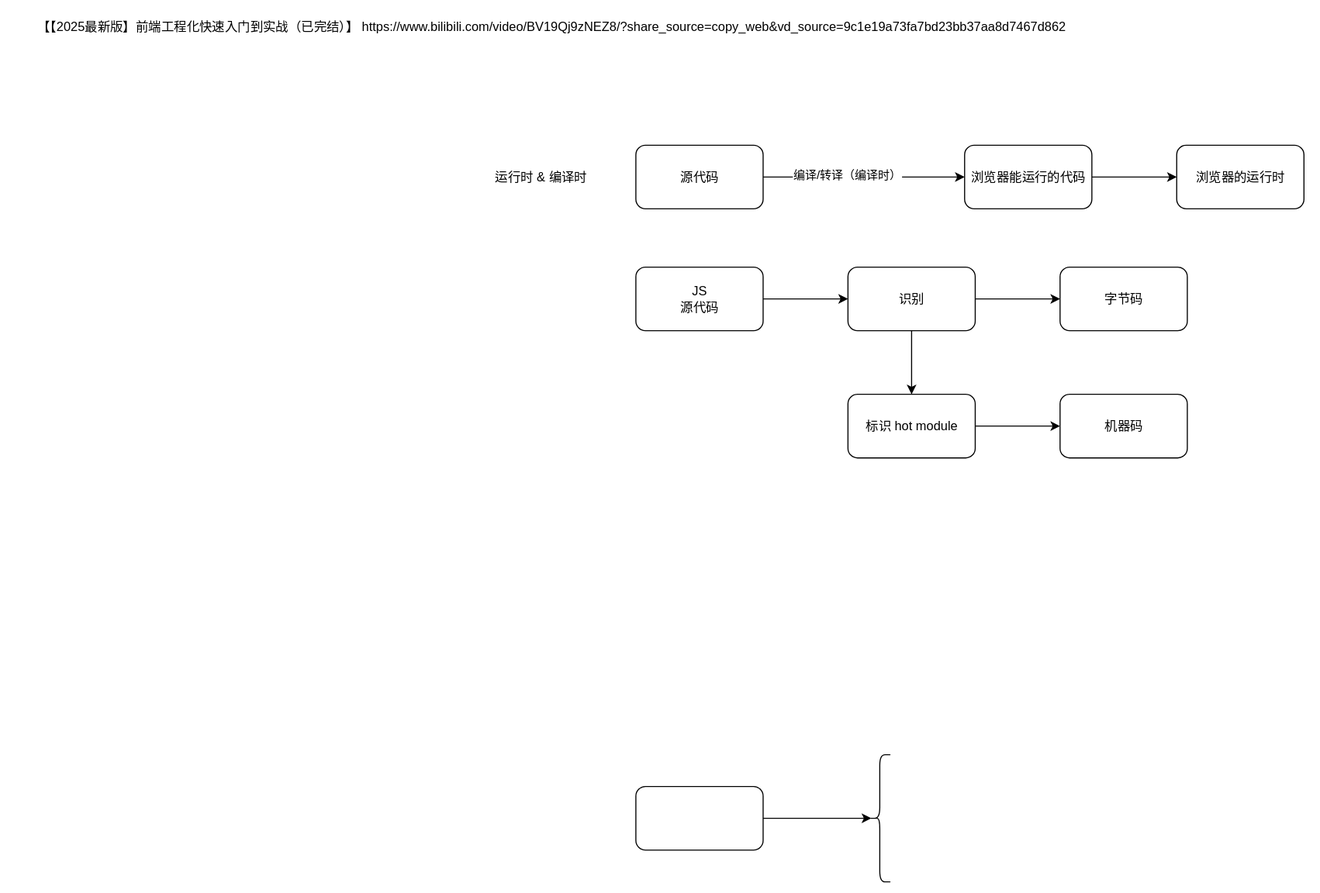
Earlier version of the draw.io export _posts/engineering/工程化概述.svg (thought7878/thought7878.github.io). Source tidied: cells renumbered, new cells last; positions are measured from the earlier drawing's top-left corner, leaving out a move shared by most shapes.
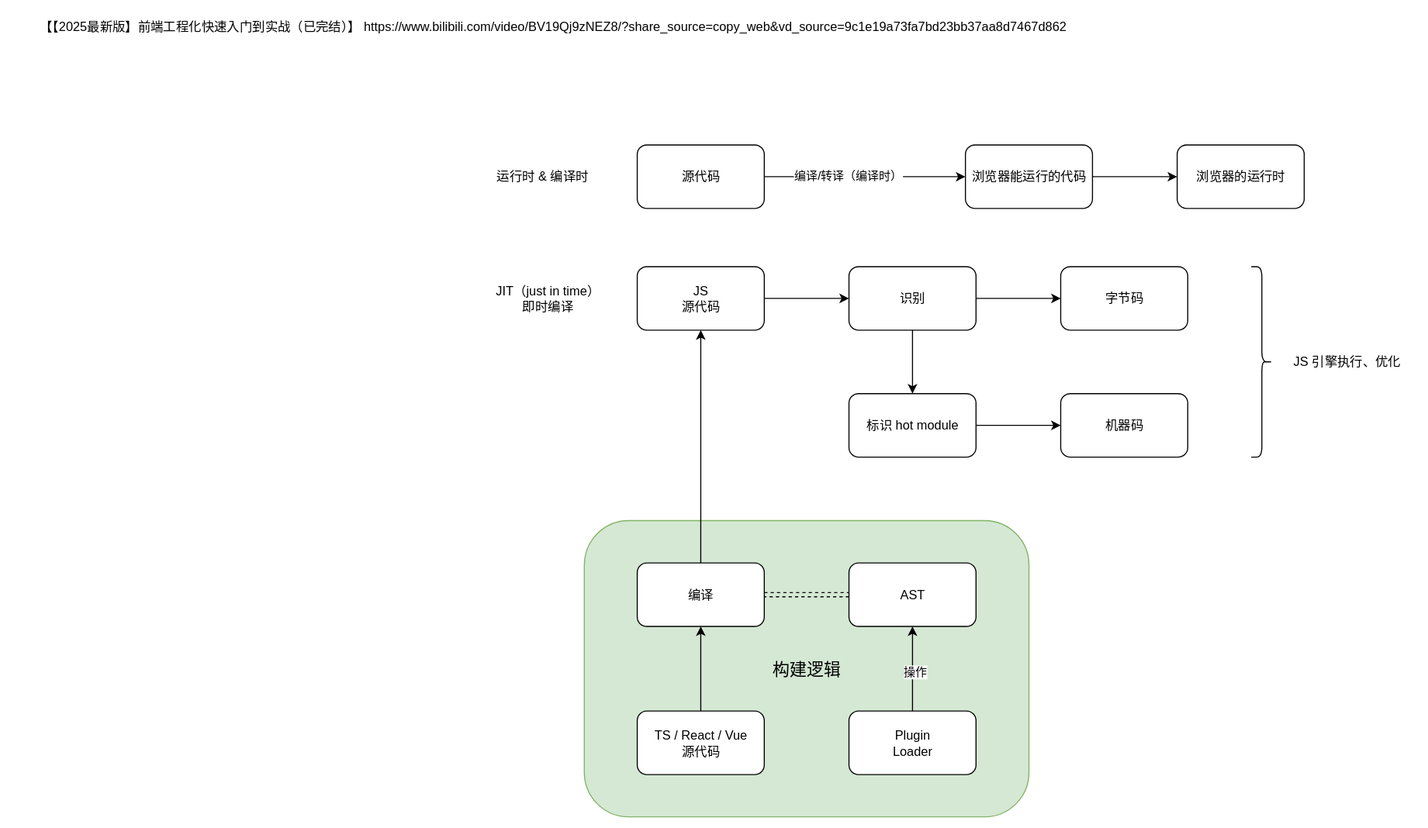
After the commit.

Diff of the diagram source:
```diff
@@ -2,15 +2,15 @@
   <root>
     <mxCell id="0" />
     <mxCell id="1" parent="0" />
+    <mxCell id="22" value="&lt;div style=&quot;&quot;&gt;&lt;span style=&quot;background-color: initial;&quot;&gt;&lt;font style=&quot;font-size: 16px;&quot;&gt;构建逻辑&lt;/font&gt;&lt;/span&gt;&lt;/div&gt;" style="rounded=1;whiteSpace=wrap;html=1;fillColor=#d5e8d4;strokeColor=#82b366;align=center;verticalAlign=middle;" parent="1" vertex="1">
+      <mxGeometry x="535" y="482" width="420" height="280" as="geometry" />
+    </mxCell>
+    <mxCell id="23" style="edgeStyle=none;html=1;" parent="1" edge="1" source="2" target="30">
+      <mxGeometry relative="1" as="geometry" />
+    </mxCell>
-    <mxCell id="2" style="rounded=1;whiteSpace=wrap;html=1;" parent="1" vertex="1">
-      <mxGeometry x="585" y="732" width="120" height="60" as="geometry" />
+    <mxCell id="2" value="TS / React / Vue&lt;br&gt;源代码" style="rounded=1;whiteSpace=wrap;html=1;" parent="1" vertex="1">
+      <mxGeometry x="585" y="662" width="120" height="60" as="geometry" />
     </mxCell>
-    <mxCell id="3" style="shape=curlyBracket;whiteSpace=wrap;html=1;rounded=1;labelPosition=left;verticalLabelPosition=middle;align=right;verticalAlign=middle;size=0.5;" parent="1" vertex="1">
-      <mxGeometry x="805" y="702" width="20" height="120" as="geometry" />
-    </mxCell>
-    <mxCell id="4" style="edgeStyle=none;html=1;entryX=0.1;entryY=0.5;entryDx=0;entryDy=0;entryPerimeter=0;" parent="1" edge="1" source="2" target="3">
-      <mxGeometry relative="1" as="geometry" />
-    </mxCell>
     <mxCell id="5" value="运行时 &amp;amp; 编译时" style="text;html=1;align=center;verticalAlign=middle;strokeColor=none;fillColor=none;" parent="1" vertex="1">
       <mxGeometry x="440" y="142" width="110" height="30" as="geometry" />
     </mxCell>
@@ -35,32 +35,67 @@
     <mxCell id="12" value="【【2025最新版】前端工程化快速入门到实战（已完结）】 https://www.bilibili.com/video/BV19Qj9zNEZ8/?share_source=copy_web&amp;amp;vd_source=9c1e19a73fa7bd23bb37aa8d7467d862" style="text;html=1;align=center;verticalAlign=middle;strokeColor=none;fillColor=none;" parent="1" vertex="1">
       <mxGeometry width="1010" height="30" as="geometry" />
     </mxCell>
+    <mxCell id="24" style="group;" parent="1" vertex="1">
+      <mxGeometry x="440" y="242" width="875" height="180" as="geometry" />
+    </mxCell>
+    <mxCell id="14" value="JS&lt;br&gt;源代码" style="rounded=1;whiteSpace=wrap;html=1;" parent="24" vertex="1">
+      <mxGeometry x="145" width="120" height="60" as="geometry" />
+    </mxCell>
+    <mxCell id="17" value="识别" style="rounded=1;whiteSpace=wrap;html=1;" parent="24" vertex="1">
+      <mxGeometry x="345" width="120" height="60" as="geometry" />
+    </mxCell>
-    <mxCell id="13" style="edgeStyle=none;html=1;" parent="1" edge="1" source="14" target="17">
+    <mxCell id="13" style="edgeStyle=none;html=1;" parent="24" edge="1" source="14" target="17">
       <mxGeometry relative="1" as="geometry" />
     </mxCell>
-    <mxCell id="14" value="JS&lt;br&gt;源代码" style="rounded=1;whiteSpace=wrap;html=1;" parent="1" vertex="1">
-      <mxGeometry x="585" y="242" width="120" height="60" as="geometry" />
-    </mxCell>
+    <mxCell id="18" value="字节码" style="whiteSpace=wrap;html=1;rounded=1;" parent="24" vertex="1">
+      <mxGeometry x="545" width="120" height="60" as="geometry" />
+    </mxCell>
-    <mxCell id="15" style="edgeStyle=none;html=1;" parent="1" edge="1" source="17" target="18">
+    <mxCell id="15" style="edgeStyle=none;html=1;" parent="24" edge="1" source="17" target="18">
       <mxGeometry relative="1" as="geometry" />
     </mxCell>
+    <mxCell id="20" value="标识 hot module" style="rounded=1;whiteSpace=wrap;html=1;" parent="24" vertex="1">
+      <mxGeometry x="345" y="120" width="120" height="60" as="geometry" />
+    </mxCell>
-    <mxCell id="16" style="edgeStyle=none;html=1;" parent="1" edge="1" source="17" target="20">
+    <mxCell id="16" style="edgeStyle=none;html=1;" parent="24" edge="1" source="17" target="20">
       <mxGeometry relative="1" as="geometry" />
     </mxCell>
-    <mxCell id="17" value="识别" style="rounded=1;whiteSpace=wrap;html=1;" parent="1" vertex="1">
-      <mxGeometry x="785" y="242" width="120" height="60" as="geometry" />
-    </mxCell>
-    <mxCell id="18" value="字节码" style="whiteSpace=wrap;html=1;rounded=1;" parent="1" vertex="1">
-      <mxGeometry x="985" y="242" width="120" height="60" as="geometry" />
-    </mxCell>
+    <mxCell id="21" value="机器码" style="rounded=1;whiteSpace=wrap;html=1;" parent="24" vertex="1">
+      <mxGeometry x="545" y="120" width="120" height="60" as="geometry" />
+    </mxCell>
-    <mxCell id="19" style="edgeStyle=none;html=1;" parent="1" edge="1" source="20" target="21">
+    <mxCell id="19" style="edgeStyle=none;html=1;" parent="24" edge="1" source="20" target="21">
       <mxGeometry relative="1" as="geometry" />
     </mxCell>
-    <mxCell id="20" value="标识 hot module" style="rounded=1;whiteSpace=wrap;html=1;" parent="1" vertex="1">
-      <mxGeometry x="785" y="362" width="120" height="60" as="geometry" />
-    </mxCell>
-    <mxCell id="21" value="机器码" style="rounded=1;whiteSpace=wrap;html=1;" parent="1" vertex="1">
-      <mxGeometry x="985" y="362" width="120" height="60" as="geometry" />
-    </mxCell>
+    <mxCell id="25" style="shape=curlyBracket;whiteSpace=wrap;html=1;rounded=1;flipH=1;labelPosition=right;verticalLabelPosition=middle;align=left;verticalAlign=middle;" parent="24" vertex="1">
+      <mxGeometry x="725" width="20" height="180" as="geometry" />
+    </mxCell>
+    <mxCell id="26" value="JS 引擎执行、优化" style="text;html=1;align=center;verticalAlign=middle;strokeColor=none;fillColor=none;" parent="24" vertex="1">
+      <mxGeometry x="755" y="75" width="120" height="30" as="geometry" />
+    </mxCell>
+    <mxCell id="27" value="JIT（just in time）&lt;br&gt;即时编译" style="text;html=1;align=center;verticalAlign=middle;strokeColor=none;fillColor=none;" parent="24" vertex="1">
+      <mxGeometry y="10" width="120" height="40" as="geometry" />
+    </mxCell>
+    <mxCell id="28" style="edgeStyle=none;html=1;exitX=0.5;exitY=0;exitDx=0;exitDy=0;entryX=0.5;entryY=1;entryDx=0;entryDy=0;" parent="1" edge="1" source="30" target="14">
+      <mxGeometry relative="1" as="geometry" />
+    </mxCell>
+    <mxCell id="29" style="edgeStyle=none;shape=link;html=1;dashed=1;" parent="1" edge="1" source="30" target="31">
+      <mxGeometry relative="1" as="geometry" />
+    </mxCell>
+    <mxCell id="30" value="编译" style="rounded=1;whiteSpace=wrap;html=1;" parent="1" vertex="1">
+      <mxGeometry x="585" y="522" width="120" height="60" as="geometry" />
+    </mxCell>
+    <mxCell id="31" value="AST" style="rounded=1;whiteSpace=wrap;html=1;" parent="1" vertex="1">
+      <mxGeometry x="785" y="522" width="120" height="60" as="geometry" />
+    </mxCell>
+    <mxCell id="32" style="edgeStyle=none;html=1;exitX=0.5;exitY=0;exitDx=0;exitDy=0;entryX=0.5;entryY=1;entryDx=0;entryDy=0;" parent="1" edge="1" source="34" target="31">
+      <mxGeometry relative="1" as="geometry" />
+    </mxCell>
+    <mxCell id="33" value="操作" style="edgeLabel;html=1;align=center;verticalAlign=middle;" parent="32" vertex="1">
+      <mxGeometry x="-0.04" relative="1" as="geometry">
+        <mxPoint x="1" y="1" as="offset" />
+      </mxGeometry>
+    </mxCell>
+    <mxCell id="34" value="Plugin&lt;br&gt;Loader" style="rounded=1;whiteSpace=wrap;html=1;" parent="1" vertex="1">
+      <mxGeometry x="785" y="662" width="120" height="60" as="geometry" />
+    </mxCell>
   </root>
 </mxGraphModel>
```
